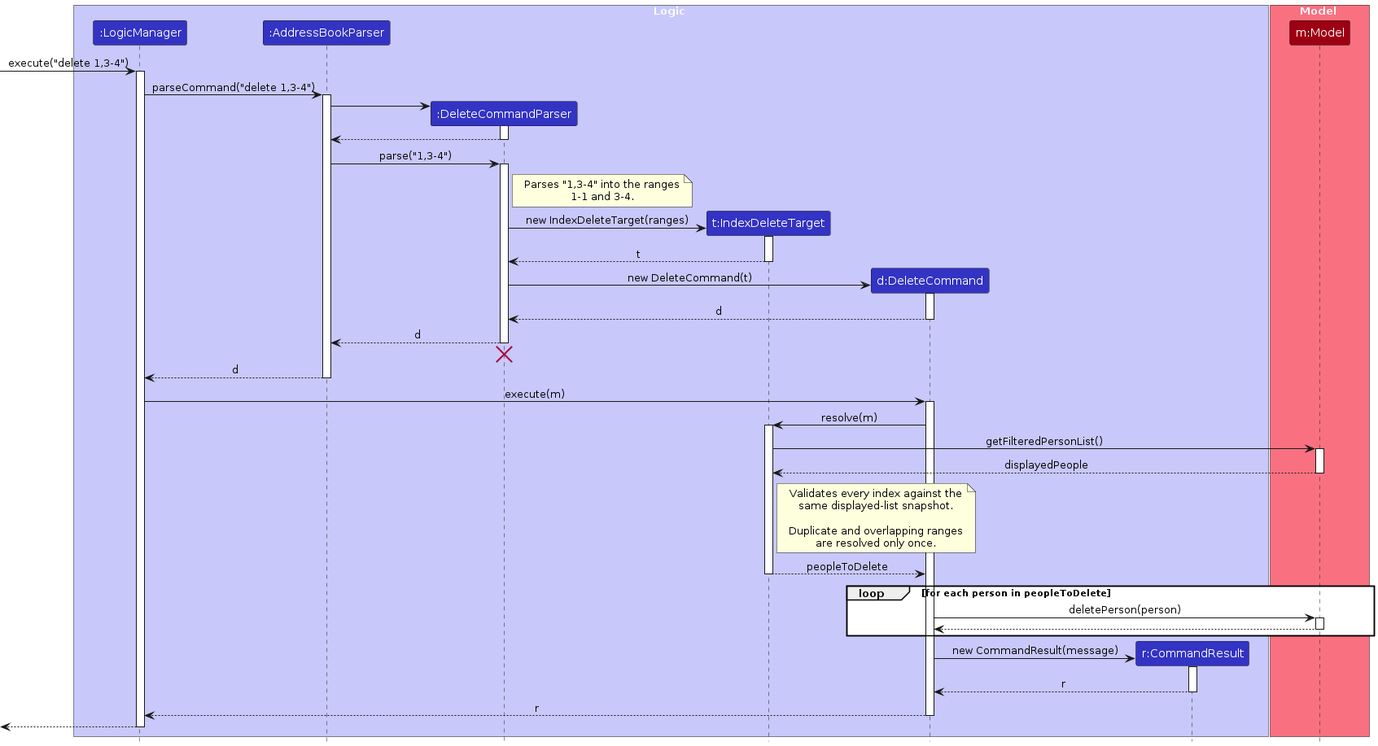
Earlier version of the PlantUML export diagrams/DeleteSequenceDiagram.png (AY2627S1-CS2103T-T11-2/tp). Its source is kept beside it as diagrams/DeleteSequenceDiagram.puml. The source it was exported from:
```plantuml
@startuml
!include style.puml
skinparam ArrowFontStyle plain

box Logic LOGIC_COLOR_T1
participant ":LogicManager" as LogicManager LOGIC_COLOR
participant ":AddressBookParser" as AddressBookParser LOGIC_COLOR
participant ":DeleteCommandParser" as DeleteCommandParser LOGIC_COLOR
participant "t:IndexDeleteTarget" as IndexDeleteTarget LOGIC_COLOR
participant "d:DeleteCommand" as DeleteCommand LOGIC_COLOR
participant "r:CommandResult" as CommandResult LOGIC_COLOR
end box

box Model MODEL_COLOR_T1
participant "m:Model" as Model MODEL_COLOR
end box

[-> LogicManager : execute("delete 1,3-4")
activate LogicManager

LogicManager -> AddressBookParser : parseCommand("delete 1,3-4")
activate AddressBookParser

create DeleteCommandParser
AddressBookParser -> DeleteCommandParser
activate DeleteCommandParser

DeleteCommandParser --> AddressBookParser
deactivate DeleteCommandParser

AddressBookParser -> DeleteCommandParser : parse("1,3-4")
activate DeleteCommandParser

note right of DeleteCommandParser
Parses "1,3-4" into the ranges
1-1 and 3-4.
end note

create IndexDeleteTarget
DeleteCommandParser -> IndexDeleteTarget : new IndexDeleteTarget(ranges)
activate IndexDeleteTarget

IndexDeleteTarget --> DeleteCommandParser : t
deactivate IndexDeleteTarget

create DeleteCommand
DeleteCommandParser -> DeleteCommand : new DeleteCommand(t)
activate DeleteCommand

DeleteCommand --> DeleteCommandParser : d
deactivate DeleteCommand

DeleteCommandParser --> AddressBookParser : d
deactivate DeleteCommandParser

DeleteCommandParser -[hidden]-> AddressBookParser
destroy DeleteCommandParser

AddressBookParser --> LogicManager : d
deactivate AddressBookParser

LogicManager -> DeleteCommand : execute(m)
activate DeleteCommand

DeleteCommand -> IndexDeleteTarget : resolve(m)
activate IndexDeleteTarget

IndexDeleteTarget -> Model : getFilteredPersonList()
activate Model

Model --> IndexDeleteTarget : displayedPeople
deactivate Model

note right of IndexDeleteTarget
Validates every index against the
same displayed-list snapshot.

Duplicate and overlapping ranges
are resolved only once.
end note

IndexDeleteTarget --> DeleteCommand : peopleToDelete
deactivate IndexDeleteTarget

loop for each person in peopleToDelete
    DeleteCommand -> Model : deletePerson(person)
    activate Model

    Model --> DeleteCommand
    deactivate Model
end

create CommandResult
DeleteCommand -> CommandResult : new CommandResult(message)
activate CommandResult

CommandResult --> DeleteCommand : r
deactivate CommandResult

DeleteCommand --> LogicManager : r
deactivate DeleteCommand

[<--LogicManager
deactivate LogicManager
@enduml
```
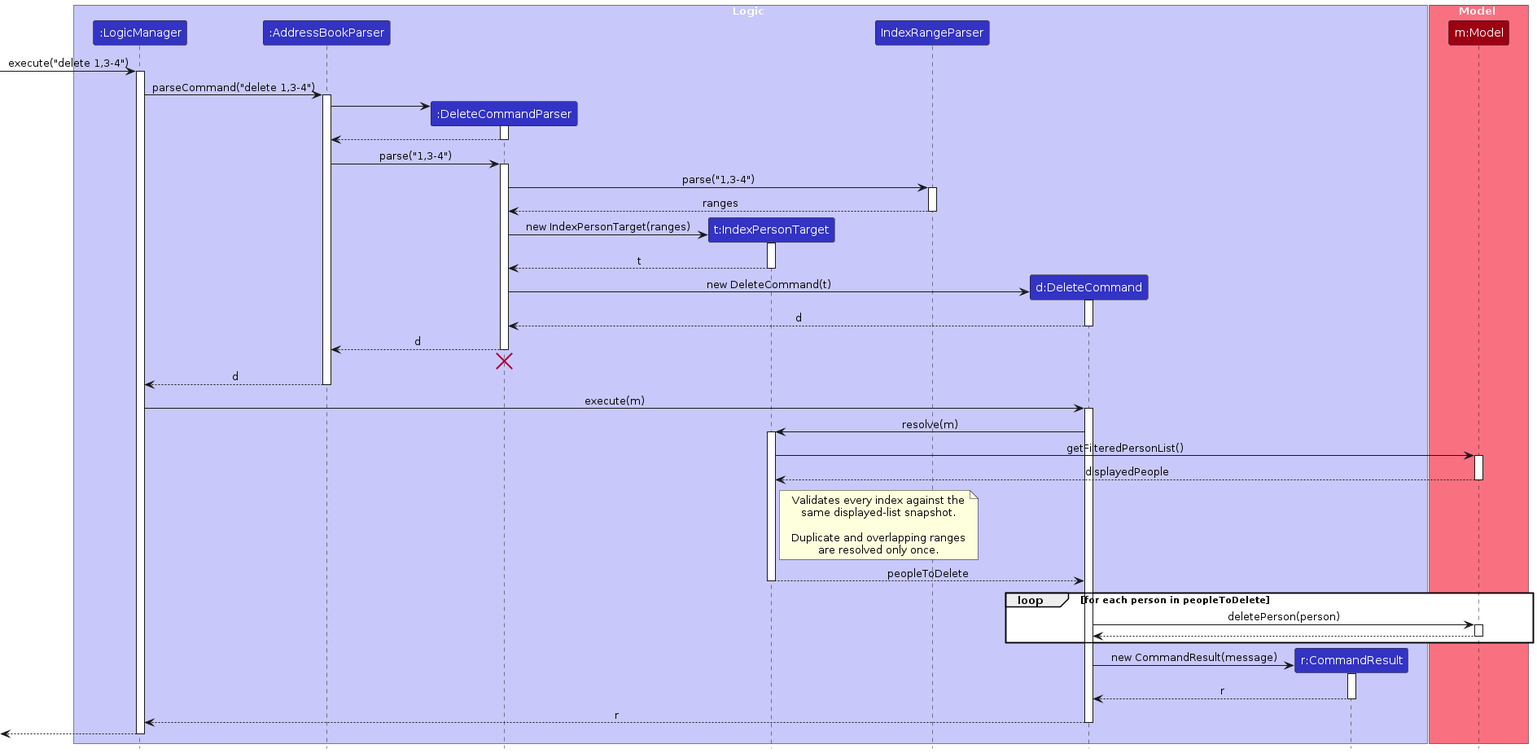
After the commit.

What changed in the source:
```diff
@@ -6,7 +6,8 @@
 participant ":LogicManager" as LogicManager LOGIC_COLOR
 participant ":AddressBookParser" as AddressBookParser LOGIC_COLOR
 participant ":DeleteCommandParser" as DeleteCommandParser LOGIC_COLOR
-participant "t:IndexDeleteTarget" as IndexDeleteTarget LOGIC_COLOR
+participant "t:IndexPersonTarget" as IndexPersonTarget LOGIC_COLOR
+participant "IndexRangeParser" as IndexRangeParser LOGIC_COLOR
 participant "d:DeleteCommand" as DeleteCommand LOGIC_COLOR
 participant "r:CommandResult" as CommandResult LOGIC_COLOR
 end box
@@ -31,17 +32,17 @@
 AddressBookParser -> DeleteCommandParser : parse("1,3-4")
 activate DeleteCommandParser
 
-note right of DeleteCommandParser
-Parses "1,3-4" into the ranges
-1-1 and 3-4.
-end note
+DeleteCommandParser -> IndexRangeParser : parse("1,3-4")
+activate IndexRangeParser
+IndexRangeParser --> DeleteCommandParser : ranges
+deactivate IndexRangeParser
 
-create IndexDeleteTarget
-DeleteCommandParser -> IndexDeleteTarget : new IndexDeleteTarget(ranges)
-activate IndexDeleteTarget
+create IndexPersonTarget
+DeleteCommandParser -> IndexPersonTarget : new IndexPersonTarget(ranges)
+activate IndexPersonTarget
 
-IndexDeleteTarget --> DeleteCommandParser : t
-deactivate IndexDeleteTarget
+IndexPersonTarget --> DeleteCommandParser : t
+deactivate IndexPersonTarget
 
 create DeleteCommand
 DeleteCommandParser -> DeleteCommand : new DeleteCommand(t)
@@ -62,16 +63,16 @@
 LogicManager -> DeleteCommand : execute(m)
 activate DeleteCommand
 
-DeleteCommand -> IndexDeleteTarget : resolve(m)
-activate IndexDeleteTarget
+DeleteCommand -> IndexPersonTarget : resolve(m)
+activate IndexPersonTarget
 
-IndexDeleteTarget -> Model : getFilteredPersonList()
+IndexPersonTarget -> Model : getFilteredPersonList()
 activate Model
 
-Model --> IndexDeleteTarget : displayedPeople
+Model --> IndexPersonTarget : displayedPeople
 deactivate Model
 
-note right of IndexDeleteTarget
+note right of IndexPersonTarget
 Validates every index against the
 same displayed-list snapshot.
 
@@ -79,8 +80,8 @@
 are resolved only once.
 end note
 
-IndexDeleteTarget --> DeleteCommand : peopleToDelete
-deactivate IndexDeleteTarget
+IndexPersonTarget --> DeleteCommand : peopleToDelete
+deactivate IndexPersonTarget
 
 loop for each person in peopleToDelete
     DeleteCommand -> Model : deletePerson(person)
```
